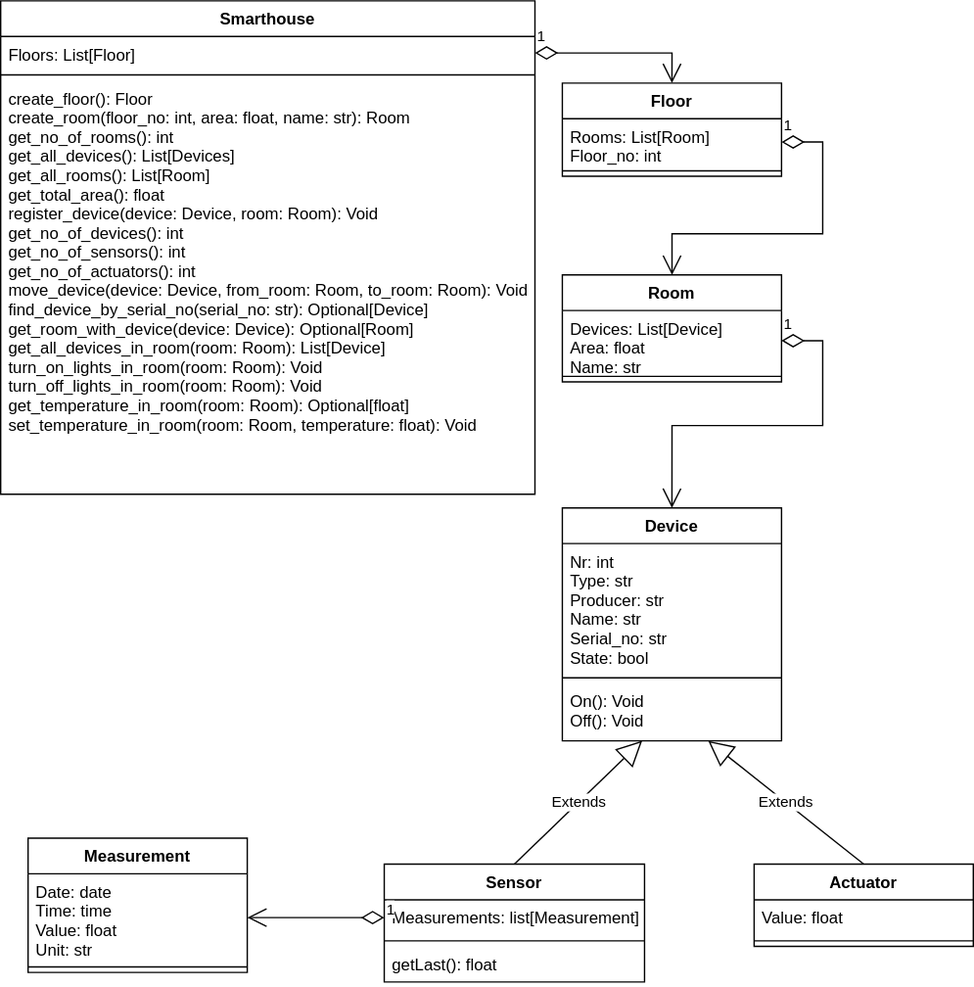
This is UML_diagram.svg from EmilOsvoll/ing301project-gruppe20, a draw.io export, as it was before one commit. Source tidied: cells renumbered, new cells last; positions are measured from the earlier drawing's top-left corner, leaving out a move shared by most shapes. The source it was exported from:
```xml
<mxGraphModel>
  <root>
    <mxCell id="0" />
    <mxCell id="1" parent="0" />
    <mxCell id="2" value="Smarthouse" style="swimlane;fontStyle=1;align=center;verticalAlign=top;horizontal=1;startSize=26;" parent="1" vertex="1">
      <mxGeometry width="390" height="360" as="geometry" />
    </mxCell>
    <mxCell id="3" value="Floors: List[Floor]" style="text;strokeColor=none;fillColor=none;align=left;verticalAlign=top;spacingLeft=4;spacingRight=4;overflow=hidden;points=[[0,0.5],[1,0.5]];portConstraint=eastwest;" parent="2" vertex="1">
      <mxGeometry y="26" width="390" height="24" as="geometry" />
    </mxCell>
    <mxCell id="4" style="line;strokeWidth=1;fillColor=none;align=left;verticalAlign=middle;spacingTop=-1;spacingLeft=3;spacingRight=3;labelPosition=right;strokeColor=inherit;" parent="2" vertex="1">
      <mxGeometry y="50" width="390" height="8" as="geometry" />
    </mxCell>
    <mxCell id="5" value="create_floor(): Floor&#10;create_room(floor_no: int, area: float, name: str): Room&#10;get_no_of_rooms(): int&#10;get_all_devices(): List[Devices]&#10;get_all_rooms(): List[Room]&#10;get_total_area(): float&#10;register_device(device: Device, room: Room): Void&#10;get_no_of_devices(): int&#10;get_no_of_sensors(): int&#10;get_no_of_actuators(): int&#10;move_device(device: Device, from_room: Room, to_room: Room): Void&#10;find_device_by_serial_no(serial_no: str): Optional[Device]&#10;get_room_with_device(device: Device): Optional[Room]&#10;get_all_devices_in_room(room: Room): List[Device]&#10;turn_on_lights_in_room(room: Room): Void&#10;turn_off_lights_in_room(room: Room): Void&#10;get_temperature_in_room(room: Room): Optional[float]&#10;set_temperature_in_room(room: Room, temperature: float): Void" style="text;strokeColor=none;fillColor=none;align=left;verticalAlign=top;spacingLeft=4;spacingRight=4;overflow=hidden;" parent="2" vertex="1">
      <mxGeometry y="58" width="390" height="302" as="geometry" />
    </mxCell>
    <mxCell id="6" value="Floor" style="swimlane;fontStyle=1;align=center;verticalAlign=top;horizontal=1;startSize=26;" parent="1" vertex="1">
      <mxGeometry x="410" y="60" width="160" height="68" as="geometry" />
    </mxCell>
    <mxCell id="7" value="Rooms: List[Room]&#10;Floor_no: int" style="text;strokeColor=none;fillColor=none;align=left;verticalAlign=top;spacingLeft=4;spacingRight=4;overflow=hidden;points=[[0,0.5],[1,0.5]];portConstraint=eastwest;" parent="6" vertex="1">
      <mxGeometry y="26" width="160" height="34" as="geometry" />
    </mxCell>
    <mxCell id="8" style="line;strokeWidth=1;fillColor=none;align=left;verticalAlign=middle;spacingTop=-1;spacingLeft=3;spacingRight=3;labelPosition=right;strokeColor=inherit;" parent="6" vertex="1">
      <mxGeometry y="60" width="160" height="8" as="geometry" />
    </mxCell>
    <mxCell id="9" value="Room" style="swimlane;fontStyle=1;align=center;verticalAlign=top;horizontal=1;startSize=26;" parent="1" vertex="1">
      <mxGeometry x="410" y="200" width="160" height="78" as="geometry" />
    </mxCell>
    <mxCell id="10" value="Devices: List[Device]&#10;Area: float&#10;Name: str" style="text;strokeColor=none;fillColor=none;align=left;verticalAlign=top;spacingLeft=4;spacingRight=4;overflow=hidden;points=[[0,0.5],[1,0.5]];portConstraint=eastwest;" parent="9" vertex="1">
      <mxGeometry y="26" width="160" height="44" as="geometry" />
    </mxCell>
    <mxCell id="11" style="line;strokeWidth=1;fillColor=none;align=left;verticalAlign=middle;spacingTop=-1;spacingLeft=3;spacingRight=3;labelPosition=right;strokeColor=inherit;" parent="9" vertex="1">
      <mxGeometry y="70" width="160" height="8" as="geometry" />
    </mxCell>
    <mxCell id="12" value="Device" style="swimlane;fontStyle=1;align=center;verticalAlign=top;horizontal=1;startSize=26;" parent="1" vertex="1">
      <mxGeometry x="410" y="370" width="160" height="170" as="geometry" />
    </mxCell>
    <mxCell id="13" value="Nr: int&#10;Type: str&#10;Producer: str&#10;Name: str&#10;Serial_no: str&#10;State: bool" style="text;strokeColor=none;fillColor=none;align=left;verticalAlign=top;spacingLeft=4;spacingRight=4;overflow=hidden;" parent="12" vertex="1">
      <mxGeometry y="26" width="160" height="94" as="geometry" />
    </mxCell>
    <mxCell id="14" style="line;strokeWidth=1;fillColor=none;align=left;verticalAlign=middle;spacingTop=-1;spacingLeft=3;spacingRight=3;labelPosition=right;strokeColor=inherit;" parent="12" vertex="1">
      <mxGeometry y="120" width="160" height="8" as="geometry" />
    </mxCell>
    <mxCell id="15" value="On(): Void&#10;Off(): Void" style="text;strokeColor=none;fillColor=none;align=left;verticalAlign=top;spacingLeft=4;spacingRight=4;overflow=hidden;points=[[0,0.5],[1,0.5]];portConstraint=eastwest;" parent="12" vertex="1">
      <mxGeometry y="128" width="160" height="42" as="geometry" />
    </mxCell>
    <mxCell id="16" value="Sensor" style="swimlane;fontStyle=1;align=center;verticalAlign=top;horizontal=1;startSize=26;" parent="1" vertex="1">
      <mxGeometry x="280" y="630" width="190" height="86" as="geometry" />
    </mxCell>
    <mxCell id="17" value="Measurements: list[Measurement]" style="text;strokeColor=none;fillColor=none;align=left;verticalAlign=top;spacingLeft=4;spacingRight=4;overflow=hidden;points=[[0,0.5],[1,0.5]];portConstraint=eastwest;" parent="16" vertex="1">
      <mxGeometry y="26" width="190" height="26" as="geometry" />
    </mxCell>
    <mxCell id="18" style="line;strokeWidth=1;fillColor=none;align=left;verticalAlign=middle;spacingTop=-1;spacingLeft=3;spacingRight=3;labelPosition=right;strokeColor=inherit;" parent="16" vertex="1">
      <mxGeometry y="52" width="190" height="8" as="geometry" />
    </mxCell>
    <mxCell id="19" value="getLast(): float" style="text;strokeColor=none;fillColor=none;align=left;verticalAlign=top;spacingLeft=4;spacingRight=4;overflow=hidden;" parent="16" vertex="1">
      <mxGeometry y="60" width="190" height="26" as="geometry" />
    </mxCell>
    <mxCell id="20" value="Actuator" style="swimlane;fontStyle=1;align=center;verticalAlign=top;horizontal=1;startSize=26;" parent="1" vertex="1">
      <mxGeometry x="550" y="630" width="160" height="60" as="geometry" />
    </mxCell>
    <mxCell id="21" value="Value: float" style="text;strokeColor=none;fillColor=none;align=left;verticalAlign=top;spacingLeft=4;spacingRight=4;overflow=hidden;" parent="20" vertex="1">
      <mxGeometry y="26" width="160" height="26" as="geometry" />
    </mxCell>
    <mxCell id="22" style="line;strokeWidth=1;fillColor=none;align=left;verticalAlign=middle;spacingTop=-1;spacingLeft=3;spacingRight=3;labelPosition=right;strokeColor=inherit;" parent="20" vertex="1">
      <mxGeometry y="52" width="160" height="8" as="geometry" />
    </mxCell>
    <mxCell id="23" value="Measurement" style="swimlane;fontStyle=1;align=center;verticalAlign=top;horizontal=1;startSize=26;" parent="1" vertex="1">
      <mxGeometry x="20" y="611" width="160" height="98" as="geometry" />
    </mxCell>
    <mxCell id="24" value="Date: date&#10;Time: time&#10;Value: float&#10;Unit: str" style="text;strokeColor=none;fillColor=none;align=left;verticalAlign=top;spacingLeft=4;spacingRight=4;overflow=hidden;points=[[0,0.5],[1,0.5]];portConstraint=eastwest;" parent="23" vertex="1">
      <mxGeometry y="26" width="160" height="64" as="geometry" />
    </mxCell>
    <mxCell id="25" style="line;strokeWidth=1;fillColor=none;align=left;verticalAlign=middle;spacingTop=-1;spacingLeft=3;spacingRight=3;labelPosition=right;strokeColor=inherit;" parent="23" vertex="1">
      <mxGeometry y="90" width="160" height="8" as="geometry" />
    </mxCell>
    <mxCell id="26" value="1" style="endArrow=open;html=1;endSize=12;startArrow=diamondThin;startSize=14;startFill=0;edgeStyle=orthogonalEdgeStyle;align=left;verticalAlign=bottom;rounded=0;exitX=1;exitY=0.5;exitDx=0;exitDy=0;entryX=0.5;entryY=0;entryDx=0;entryDy=0;" parent="1" edge="1" source="3" target="6">
      <mxGeometry x="-1" y="3" relative="1" as="geometry" />
    </mxCell>
    <mxCell id="27" value="1" style="endArrow=open;html=1;endSize=12;startArrow=diamondThin;startSize=14;startFill=0;edgeStyle=orthogonalEdgeStyle;align=left;verticalAlign=bottom;rounded=0;exitX=1;exitY=0.5;exitDx=0;exitDy=0;" parent="1" edge="1" source="7" target="9">
      <mxGeometry x="-1" y="3" relative="1" as="geometry">
        <Array as="points">
          <mxPoint x="600" y="103" />
          <mxPoint x="600" y="170" />
          <mxPoint x="490" y="170" />
        </Array>
      </mxGeometry>
    </mxCell>
    <mxCell id="28" value="1" style="endArrow=open;html=1;endSize=12;startArrow=diamondThin;startSize=14;startFill=0;edgeStyle=orthogonalEdgeStyle;align=left;verticalAlign=bottom;rounded=0;exitX=1;exitY=0.5;exitDx=0;exitDy=0;entryX=0.5;entryY=0;entryDx=0;entryDy=0;" parent="1" edge="1" source="10" target="12">
      <mxGeometry x="-1" y="3" relative="1" as="geometry">
        <Array as="points">
          <mxPoint x="600" y="248" />
          <mxPoint x="600" y="310" />
          <mxPoint x="490" y="310" />
        </Array>
      </mxGeometry>
    </mxCell>
    <mxCell id="29" value="1" style="endArrow=open;html=1;endSize=12;startArrow=diamondThin;startSize=14;startFill=0;edgeStyle=orthogonalEdgeStyle;align=left;verticalAlign=bottom;rounded=0;entryX=1;entryY=0.5;entryDx=0;entryDy=0;exitX=0;exitY=0.5;exitDx=0;exitDy=0;" parent="1" edge="1" source="17" target="24">
      <mxGeometry x="-1" y="3" relative="1" as="geometry" />
    </mxCell>
    <mxCell id="30" value="Extends" style="endArrow=block;endSize=16;endFill=0;html=1;rounded=0;exitX=0.5;exitY=0;exitDx=0;exitDy=0;" parent="1" edge="1" source="16" target="15">
      <mxGeometry relative="1" as="geometry" />
    </mxCell>
    <mxCell id="31" value="Extends" style="endArrow=block;endSize=16;endFill=0;html=1;rounded=0;exitX=0.5;exitY=0;exitDx=0;exitDy=0;" parent="1" edge="1" source="20" target="15">
      <mxGeometry relative="1" as="geometry" />
    </mxCell>
  </root>
</mxGraphModel>
```
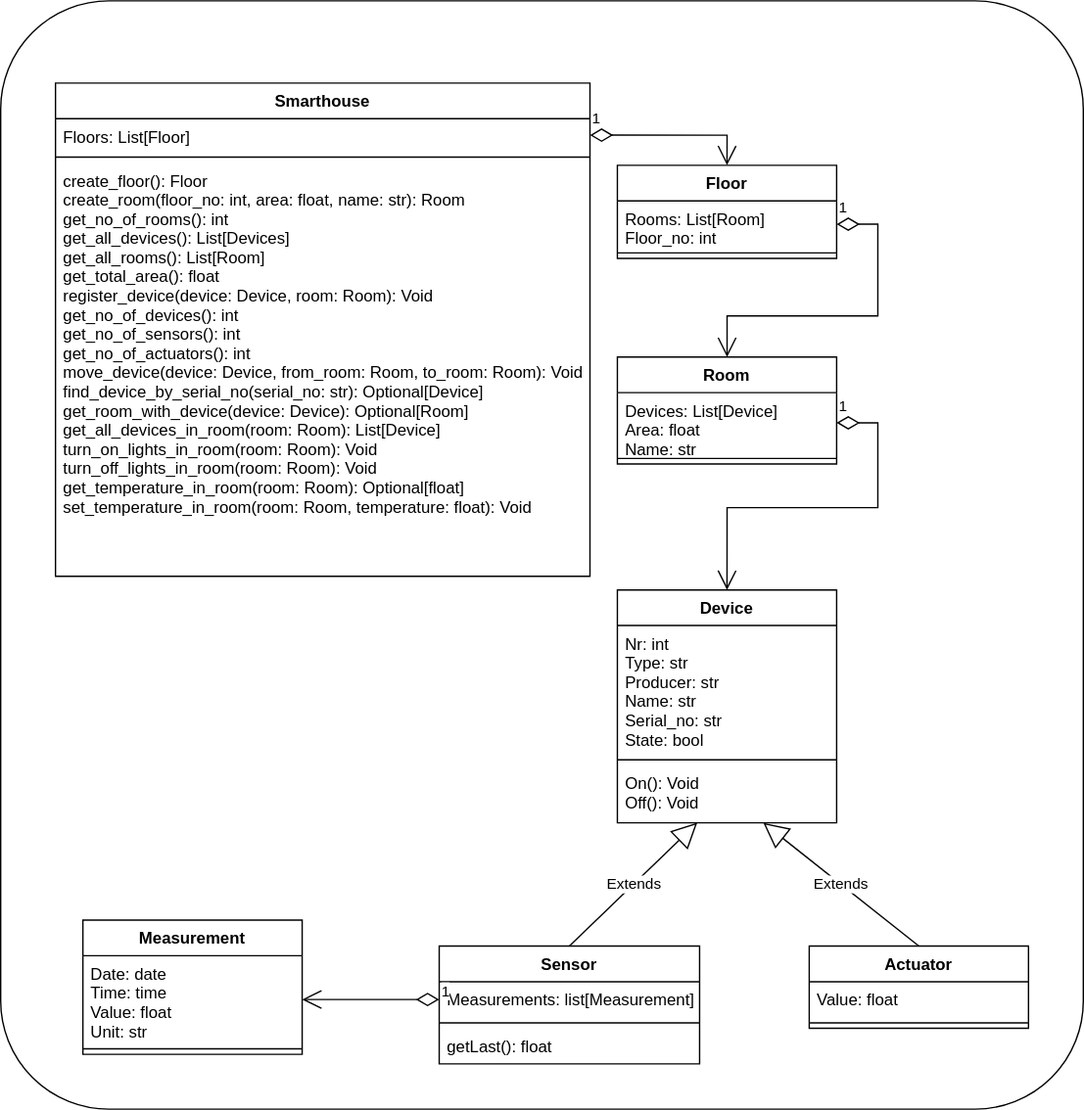
After the change.

Change to the diagram source:
```diff
@@ -2,6 +2,9 @@
   <root>
     <mxCell id="0" />
     <mxCell id="1" parent="0" />
+    <mxCell id="32" style="rounded=1;arcSize=10;whiteSpace=wrap;html=1;align=center;" parent="1" vertex="1">
+      <mxGeometry x="-40" y="-60" width="790" height="809" as="geometry" />
+    </mxCell>
     <mxCell id="2" value="Smarthouse" style="swimlane;fontStyle=1;align=center;verticalAlign=top;horizontal=1;startSize=26;" parent="1" vertex="1">
       <mxGeometry width="390" height="360" as="geometry" />
     </mxCell>
```
